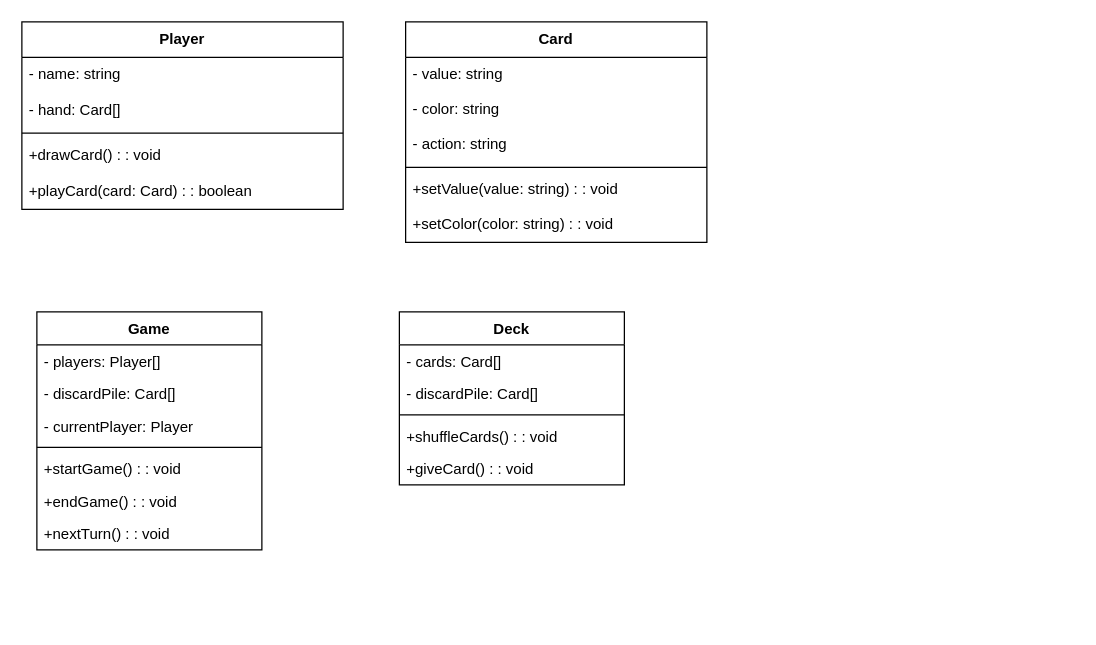
Earlier version of the draw.io diagram uno-diagram.drawio (Santin203/UNO-Game). Source tidied: cells renumbered, new cells numbered last; positions are measured from the earlier drawing's top-left corner, leaving out a move shared by most shapes. Both pictures are drawn from the tidied source at 125%, with x=0, y=0 at pixel (21, 21).
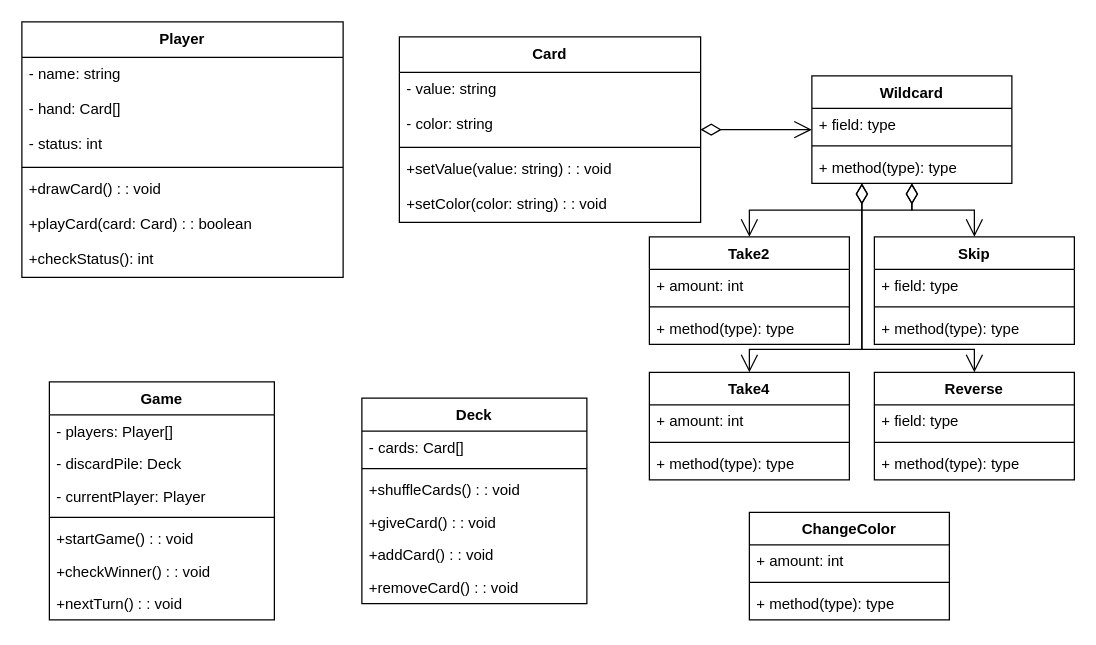
The same page after the edit.

Diff of the diagram source:
```diff
@@
     <mxCell id="2" value="Player" style="swimlane;fontStyle=1;align=center;verticalAlign=top;horizontal=1;startSize=28.4;" parent="1" vertex="1">
-      <mxGeometry width="257" height="150" as="geometry" />
+      <mxGeometry width="257" height="204.4" as="geometry" />
     </mxCell>
     <mxCell id="3" value="- name: string" style="text;strokeColor=none;fillColor=none;align=left;verticalAlign=top;spacingLeft=4;spacingRight=4;overflow=hidden;" parent="2" vertex="1">
-      <mxGeometry y="28" width="257" height="28" as="geometry" />
+      <mxGeometry y="28.4" width="257" height="28" as="geometry" />
     </mxCell>
+    <mxCell id="29" value="- hand: Card[]" style="text;strokeColor=none;fillColor=none;align=left;verticalAlign=top;spacingLeft=4;spacingRight=4;overflow=hidden;" parent="2" vertex="1">
+      <mxGeometry y="56.4" width="257" height="28" as="geometry" />
+    </mxCell>
-    <mxCell id="4" value="- hand: Card[]" style="text;strokeColor=none;fillColor=none;align=left;verticalAlign=top;spacingLeft=4;spacingRight=4;overflow=hidden;" parent="2" vertex="1">
-      <mxGeometry y="57" width="257" height="28" as="geometry" />
+    <mxCell id="4" value="- status: int" style="text;strokeColor=none;fillColor=none;align=left;verticalAlign=top;spacingLeft=4;spacingRight=4;overflow=hidden;" parent="2" vertex="1">
+      <mxGeometry y="84.4" width="257" height="28" as="geometry" />
     </mxCell>
     <mxCell id="5" style="line;strokeWidth=1;fillColor=none;align=left;verticalAlign=middle;spacingTop=-1;spacingLeft=3;spacingRight=3;labelPosition=right;strokeColor=inherit;" parent="2" vertex="1">
-      <mxGeometry y="85" width="257" height="8" as="geometry" />
+      <mxGeometry y="112.4" width="257" height="8" as="geometry" />
     </mxCell>
     <mxCell id="6" value="+drawCard() : : void" style="text;strokeColor=none;fillColor=none;align=left;verticalAlign=top;spacingLeft=4;spacingRight=4;overflow=hidden;" parent="2" vertex="1">
-      <mxGeometry y="93" width="257" height="28" as="geometry" />
+      <mxGeometry y="120.4" width="257" height="28" as="geometry" />
     </mxCell>
+    <mxCell id="30" value="+playCard(card: Card) : : boolean" style="text;strokeColor=none;fillColor=none;align=left;verticalAlign=top;spacingLeft=4;spacingRight=4;overflow=hidden;" parent="2" vertex="1">
+      <mxGeometry y="148.4" width="257" height="28" as="geometry" />
+    </mxCell>
-    <mxCell id="7" value="+playCard(card: Card) : : boolean" style="text;strokeColor=none;fillColor=none;align=left;verticalAlign=top;spacingLeft=4;spacingRight=4;overflow=hidden;" parent="2" vertex="1">
-      <mxGeometry y="122" width="257" height="28" as="geometry" />
+    <mxCell id="7" value="+checkStatus(): int" style="text;strokeColor=none;fillColor=none;align=left;verticalAlign=top;spacingLeft=4;spacingRight=4;overflow=hidden;" parent="2" vertex="1">
+      <mxGeometry y="176.4" width="257" height="28" as="geometry" />
     </mxCell>
     <mxCell id="8" value="Card" style="swimlane;fontStyle=1;align=center;verticalAlign=top;horizontal=1;startSize=28.4;" parent="1" vertex="1">
-      <mxGeometry x="307" width="241" height="176.4" as="geometry" />
+      <mxGeometry x="302" y="12" width="241" height="148.4" as="geometry" />
     </mxCell>
@@
-    <mxCell id="11" value="- action: string" style="text;strokeColor=none;fillColor=none;align=left;verticalAlign=top;spacingLeft=4;spacingRight=4;overflow=hidden;" parent="8" vertex="1">
-      <mxGeometry y="84.4" width="241" height="28" as="geometry" />
-    </mxCell>
     <mxCell id="12" style="line;strokeWidth=1;fillColor=none;align=left;verticalAlign=middle;spacingTop=-1;spacingLeft=3;spacingRight=3;labelPosition=right;strokeColor=inherit;" parent="8" vertex="1">
-      <mxGeometry y="112.4" width="241" height="8" as="geometry" />
+      <mxGeometry y="84.4" width="241" height="8" as="geometry" />
     </mxCell>
     <mxCell id="13" value="+setValue(value: string) : : void" style="text;strokeColor=none;fillColor=none;align=left;verticalAlign=top;spacingLeft=4;spacingRight=4;overflow=hidden;" parent="8" vertex="1">
-      <mxGeometry y="120.4" width="241" height="28" as="geometry" />
+      <mxGeometry y="92.4" width="241" height="28" as="geometry" />
     </mxCell>
     <mxCell id="14" value="+setColor(color: string) : : void" style="text;strokeColor=none;fillColor=none;align=left;verticalAlign=top;spacingLeft=4;spacingRight=4;overflow=hidden;" parent="8" vertex="1">
-      <mxGeometry y="148.4" width="241" height="28" as="geometry" />
+      <mxGeometry y="120.4" width="241" height="28" as="geometry" />
     </mxCell>
     <mxCell id="15" value="Game" style="swimlane;fontStyle=1;align=center;verticalAlign=top;horizontal=1;startSize=26.375;" parent="1" vertex="1">
-      <mxGeometry x="12" y="232" width="180" height="190.4" as="geometry" />
+      <mxGeometry x="22" y="288" width="180" height="190.4" as="geometry" />
     </mxCell>
@@
-    <mxCell id="17" value="- discardPile: Card[]" style="text;strokeColor=none;fillColor=none;align=left;verticalAlign=top;spacingLeft=4;spacingRight=4;overflow=hidden;" parent="15" vertex="1">
+    <mxCell id="17" value="- discardPile: Deck" style="text;strokeColor=none;fillColor=none;align=left;verticalAlign=top;spacingLeft=4;spacingRight=4;overflow=hidden;" parent="15" vertex="1">
       <mxGeometry y="52.4" width="180" height="26" as="geometry" />
     </mxCell>
@@
-    <mxCell id="21" value="+endGame() : : void" style="text;strokeColor=none;fillColor=none;align=left;verticalAlign=top;spacingLeft=4;spacingRight=4;overflow=hidden;" parent="15" vertex="1">
+    <mxCell id="21" value="+checkWinner() : : void" style="text;strokeColor=none;fillColor=none;align=left;verticalAlign=top;spacingLeft=4;spacingRight=4;overflow=hidden;" parent="15" vertex="1">
       <mxGeometry y="138.4" width="180" height="26" as="geometry" />
     </mxCell>
@@
     <mxCell id="23" value="Deck" style="swimlane;fontStyle=1;align=center;verticalAlign=top;horizontal=1;startSize=26.375;" parent="1" vertex="1">
-      <mxGeometry x="302" y="232" width="180" height="138.4" as="geometry" />
+      <mxGeometry x="272" y="301" width="180" height="164.4" as="geometry" />
     </mxCell>
@@
-    <mxCell id="25" value="- discardPile: Card[]" style="text;strokeColor=none;fillColor=none;align=left;verticalAlign=top;spacingLeft=4;spacingRight=4;overflow=hidden;" parent="23" vertex="1">
-      <mxGeometry y="52.4" width="180" height="26" as="geometry" />
-    </mxCell>
     <mxCell id="26" style="line;strokeWidth=1;fillColor=none;align=left;verticalAlign=middle;spacingTop=-1;spacingLeft=3;spacingRight=3;labelPosition=right;strokeColor=inherit;" parent="23" vertex="1">
-      <mxGeometry y="78.4" width="180" height="8" as="geometry" />
+      <mxGeometry y="52.4" width="180" height="8" as="geometry" />
     </mxCell>
     <mxCell id="27" value="+shuffleCards() : : void" style="text;strokeColor=none;fillColor=none;align=left;verticalAlign=top;spacingLeft=4;spacingRight=4;overflow=hidden;" parent="23" vertex="1">
-      <mxGeometry y="86.4" width="180" height="26" as="geometry" />
+      <mxGeometry y="60.4" width="180" height="26" as="geometry" />
     </mxCell>
     <mxCell id="28" value="+giveCard() : : void" style="text;strokeColor=none;fillColor=none;align=left;verticalAlign=top;spacingLeft=4;spacingRight=4;overflow=hidden;" parent="23" vertex="1">
-      <mxGeometry y="112.4" width="180" height="26" as="geometry" />
+      <mxGeometry y="86.4" width="180" height="26" as="geometry" />
     </mxCell>
+    <mxCell id="31" value="+addCard() : : void" style="text;strokeColor=none;fillColor=none;align=left;verticalAlign=top;spacingLeft=4;spacingRight=4;overflow=hidden;" parent="23" vertex="1">
+      <mxGeometry y="112.4" width="180" height="26" as="geometry" />
+    </mxCell>
+    <mxCell id="32" value="+removeCard() : : void" style="text;strokeColor=none;fillColor=none;align=left;verticalAlign=top;spacingLeft=4;spacingRight=4;overflow=hidden;" parent="23" vertex="1">
+      <mxGeometry y="138.4" width="180" height="26" as="geometry" />
+    </mxCell>
+    <mxCell id="33" value="Wildcard" style="swimlane;fontStyle=1;align=center;verticalAlign=top;horizontal=1;startSize=26;whiteSpace=wrap;html=1;" parent="1" vertex="1">
+      <mxGeometry x="632" y="43.2" width="160" height="86" as="geometry" />
+    </mxCell>
+    <mxCell id="34" value="+ field: type" style="text;strokeColor=none;fillColor=none;align=left;verticalAlign=top;spacingLeft=4;spacingRight=4;overflow=hidden;whiteSpace=wrap;html=1;" parent="33" vertex="1">
+      <mxGeometry y="26" width="160" height="26" as="geometry" />
+    </mxCell>
+    <mxCell id="35" style="line;strokeWidth=1;fillColor=none;align=left;verticalAlign=middle;spacingTop=-1;spacingLeft=3;spacingRight=3;labelPosition=right;strokeColor=inherit;" parent="33" vertex="1">
+      <mxGeometry y="52" width="160" height="8" as="geometry" />
+    </mxCell>
+    <mxCell id="36" value="+ method(type): type" style="text;strokeColor=none;fillColor=none;align=left;verticalAlign=top;spacingLeft=4;spacingRight=4;overflow=hidden;whiteSpace=wrap;html=1;" parent="33" vertex="1">
+      <mxGeometry y="60" width="160" height="26" as="geometry" />
+    </mxCell>
+    <mxCell id="37" style="endArrow=open;html=1;endSize=12;startArrow=diamondThin;startSize=14;startFill=0;edgeStyle=orthogonalEdgeStyle;align=left;verticalAlign=bottom;rounded=0;" parent="1" edge="1" source="8" target="33">
+      <mxGeometry x="-0.1" y="24" relative="1" as="geometry" />
+    </mxCell>
+    <mxCell id="38" value="Take2" style="swimlane;fontStyle=1;align=center;verticalAlign=top;horizontal=1;startSize=26;whiteSpace=wrap;html=1;" parent="1" vertex="1">
+      <mxGeometry x="502" y="172" width="160" height="86" as="geometry" />
+    </mxCell>
+    <mxCell id="39" value="+ amount: int" style="text;strokeColor=none;fillColor=none;align=left;verticalAlign=top;spacingLeft=4;spacingRight=4;overflow=hidden;whiteSpace=wrap;html=1;" parent="38" vertex="1">
+      <mxGeometry y="26" width="160" height="26" as="geometry" />
+    </mxCell>
+    <mxCell id="40" style="line;strokeWidth=1;fillColor=none;align=left;verticalAlign=middle;spacingTop=-1;spacingLeft=3;spacingRight=3;labelPosition=right;strokeColor=inherit;" parent="38" vertex="1">
+      <mxGeometry y="52" width="160" height="8" as="geometry" />
+    </mxCell>
+    <mxCell id="41" value="+ method(type): type" style="text;strokeColor=none;fillColor=none;align=left;verticalAlign=top;spacingLeft=4;spacingRight=4;overflow=hidden;whiteSpace=wrap;html=1;" parent="38" vertex="1">
+      <mxGeometry y="60" width="160" height="26" as="geometry" />
+    </mxCell>
+    <mxCell id="42" style="endArrow=open;html=1;endSize=12;startArrow=diamondThin;startSize=14;startFill=0;edgeStyle=orthogonalEdgeStyle;align=left;verticalAlign=bottom;rounded=0;" parent="1" edge="1" source="33" target="38">
+      <mxGeometry x="-0.1" y="24" relative="1" as="geometry" />
+    </mxCell>
+    <mxCell id="43" value="Skip" style="swimlane;fontStyle=1;align=center;verticalAlign=top;horizontal=1;startSize=26;whiteSpace=wrap;html=1;" parent="1" vertex="1">
+      <mxGeometry x="682" y="172" width="160" height="86" as="geometry" />
+    </mxCell>
+    <mxCell id="44" value="+ field: type" style="text;strokeColor=none;fillColor=none;align=left;verticalAlign=top;spacingLeft=4;spacingRight=4;overflow=hidden;whiteSpace=wrap;html=1;" parent="43" vertex="1">
+      <mxGeometry y="26" width="160" height="26" as="geometry" />
+    </mxCell>
+    <mxCell id="45" style="line;strokeWidth=1;fillColor=none;align=left;verticalAlign=middle;spacingTop=-1;spacingLeft=3;spacingRight=3;labelPosition=right;strokeColor=inherit;" parent="43" vertex="1">
+      <mxGeometry y="52" width="160" height="8" as="geometry" />
+    </mxCell>
+    <mxCell id="46" value="+ method(type): type" style="text;strokeColor=none;fillColor=none;align=left;verticalAlign=top;spacingLeft=4;spacingRight=4;overflow=hidden;whiteSpace=wrap;html=1;" parent="43" vertex="1">
+      <mxGeometry y="60" width="160" height="26" as="geometry" />
+    </mxCell>
+    <mxCell id="47" value="Reverse" style="swimlane;fontStyle=1;align=center;verticalAlign=top;horizontal=1;startSize=26;whiteSpace=wrap;html=1;" parent="1" vertex="1">
+      <mxGeometry x="682" y="280.4" width="160" height="86" as="geometry" />
+    </mxCell>
+    <mxCell id="48" value="+ field: type" style="text;strokeColor=none;fillColor=none;align=left;verticalAlign=top;spacingLeft=4;spacingRight=4;overflow=hidden;whiteSpace=wrap;html=1;" parent="47" vertex="1">
+      <mxGeometry y="26" width="160" height="26" as="geometry" />
+    </mxCell>
+    <mxCell id="49" style="line;strokeWidth=1;fillColor=none;align=left;verticalAlign=middle;spacingTop=-1;spacingLeft=3;spacingRight=3;labelPosition=right;strokeColor=inherit;" parent="47" vertex="1">
+      <mxGeometry y="52" width="160" height="8" as="geometry" />
+    </mxCell>
+    <mxCell id="50" value="+ method(type): type" style="text;strokeColor=none;fillColor=none;align=left;verticalAlign=top;spacingLeft=4;spacingRight=4;overflow=hidden;whiteSpace=wrap;html=1;" parent="47" vertex="1">
+      <mxGeometry y="60" width="160" height="26" as="geometry" />
+    </mxCell>
+    <mxCell id="51" value="Take4" style="swimlane;fontStyle=1;align=center;verticalAlign=top;horizontal=1;startSize=26;whiteSpace=wrap;html=1;" parent="1" vertex="1">
+      <mxGeometry x="502" y="280.4" width="160" height="86" as="geometry" />
+    </mxCell>
+    <mxCell id="52" value="+ amount: int" style="text;strokeColor=none;fillColor=none;align=left;verticalAlign=top;spacingLeft=4;spacingRight=4;overflow=hidden;whiteSpace=wrap;html=1;" parent="51" vertex="1">
+      <mxGeometry y="26" width="160" height="26" as="geometry" />
+    </mxCell>
+    <mxCell id="53" style="line;strokeWidth=1;fillColor=none;align=left;verticalAlign=middle;spacingTop=-1;spacingLeft=3;spacingRight=3;labelPosition=right;strokeColor=inherit;" parent="51" vertex="1">
+      <mxGeometry y="52" width="160" height="8" as="geometry" />
+    </mxCell>
+    <mxCell id="54" value="+ method(type): type" style="text;strokeColor=none;fillColor=none;align=left;verticalAlign=top;spacingLeft=4;spacingRight=4;overflow=hidden;whiteSpace=wrap;html=1;" parent="51" vertex="1">
+      <mxGeometry y="60" width="160" height="26" as="geometry" />
+    </mxCell>
+    <mxCell id="55" value="ChangeColor" style="swimlane;fontStyle=1;align=center;verticalAlign=top;horizontal=1;startSize=26;whiteSpace=wrap;html=1;" parent="1" vertex="1">
+      <mxGeometry x="582" y="392.4" width="160" height="86" as="geometry" />
+    </mxCell>
+    <mxCell id="56" value="+ amount: int" style="text;strokeColor=none;fillColor=none;align=left;verticalAlign=top;spacingLeft=4;spacingRight=4;overflow=hidden;whiteSpace=wrap;html=1;" parent="55" vertex="1">
+      <mxGeometry y="26" width="160" height="26" as="geometry" />
+    </mxCell>
+    <mxCell id="57" style="line;strokeWidth=1;fillColor=none;align=left;verticalAlign=middle;spacingTop=-1;spacingLeft=3;spacingRight=3;labelPosition=right;strokeColor=inherit;" parent="55" vertex="1">
+      <mxGeometry y="52" width="160" height="8" as="geometry" />
+    </mxCell>
+    <mxCell id="58" value="+ method(type): type" style="text;strokeColor=none;fillColor=none;align=left;verticalAlign=top;spacingLeft=4;spacingRight=4;overflow=hidden;whiteSpace=wrap;html=1;" parent="55" vertex="1">
+      <mxGeometry y="60" width="160" height="26" as="geometry" />
+    </mxCell>
+    <mxCell id="59" style="endArrow=open;html=1;endSize=12;startArrow=diamondThin;startSize=14;startFill=0;edgeStyle=orthogonalEdgeStyle;align=left;verticalAlign=bottom;rounded=0;" parent="1" edge="1" source="33" target="43">
+      <mxGeometry x="-0.1" y="24" relative="1" as="geometry" />
+    </mxCell>
+    <mxCell id="60" style="endArrow=open;html=1;endSize=12;startArrow=diamondThin;startSize=14;startFill=0;edgeStyle=orthogonalEdgeStyle;align=left;verticalAlign=bottom;rounded=0;" parent="1" edge="1" source="33" target="47">
+      <mxGeometry x="-1" y="127" relative="1" as="geometry">
+        <Array as="points">
+          <mxPoint x="672" y="262" />
+          <mxPoint x="762" y="262" />
+        </Array>
+        <mxPoint x="-7" y="-43" as="offset" />
+      </mxGeometry>
+    </mxCell>
+    <mxCell id="61" style="endArrow=open;html=1;endSize=12;startArrow=diamondThin;startSize=14;startFill=0;edgeStyle=orthogonalEdgeStyle;align=left;verticalAlign=bottom;rounded=0;" parent="1" edge="1" source="33" target="51">
+      <mxGeometry x="-0.1" y="24" relative="1" as="geometry">
+        <Array as="points">
+          <mxPoint x="672" y="262" />
+          <mxPoint x="582" y="262" />
+        </Array>
+      </mxGeometry>
+    </mxCell>
```
